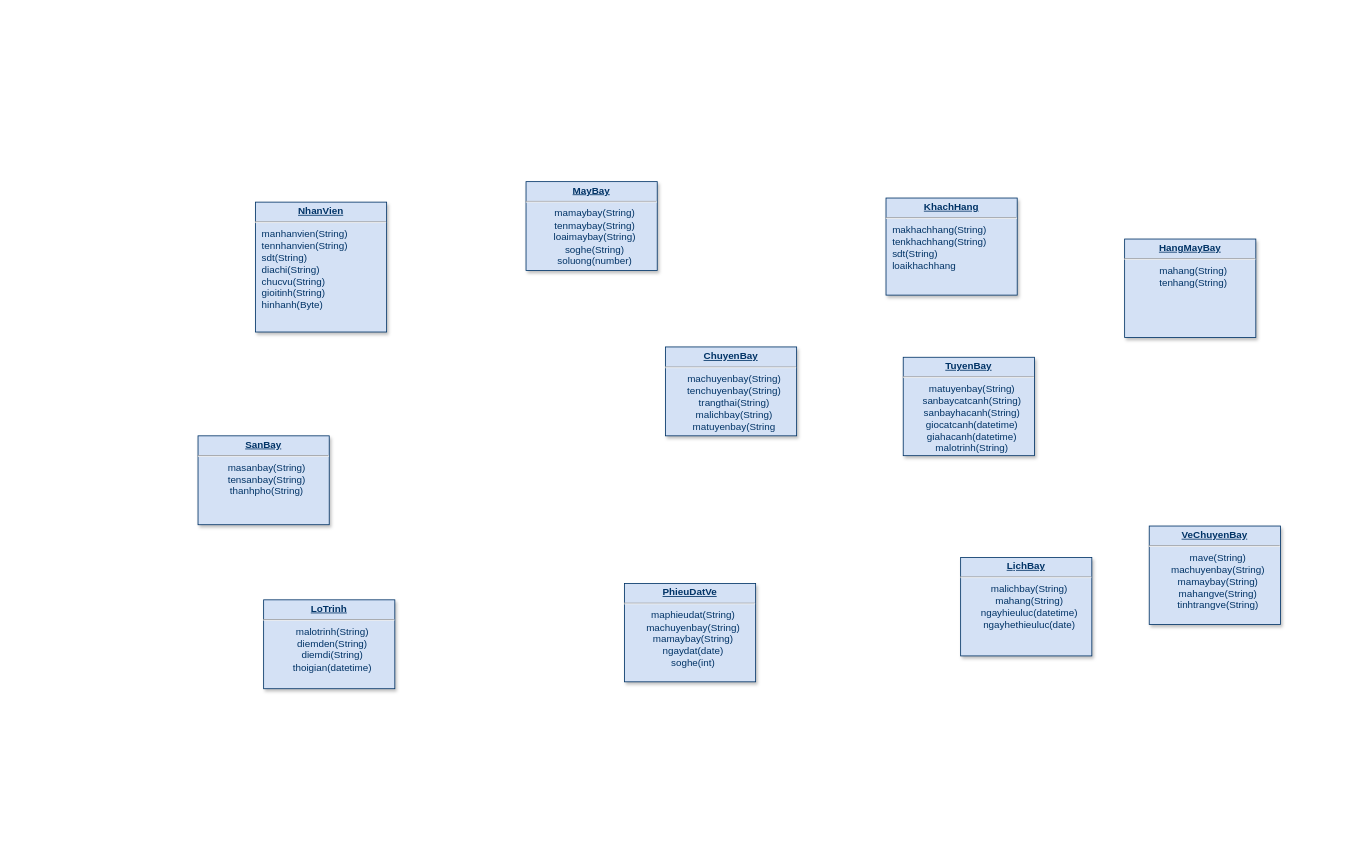
Earlier version of the draw.io diagram page "Page-1" (1 of 2) of Biểu đồ không có tiêu đề.drawio (DungZG/TrackingFlight). Source tidied: cells renumbered, new cells numbered last; positions are measured from the earlier drawing's top-left corner, leaving out a move shared by most shapes. Both pictures are drawn from the tidied source at 82%, with x=0, y=0 at pixel (198, 181).
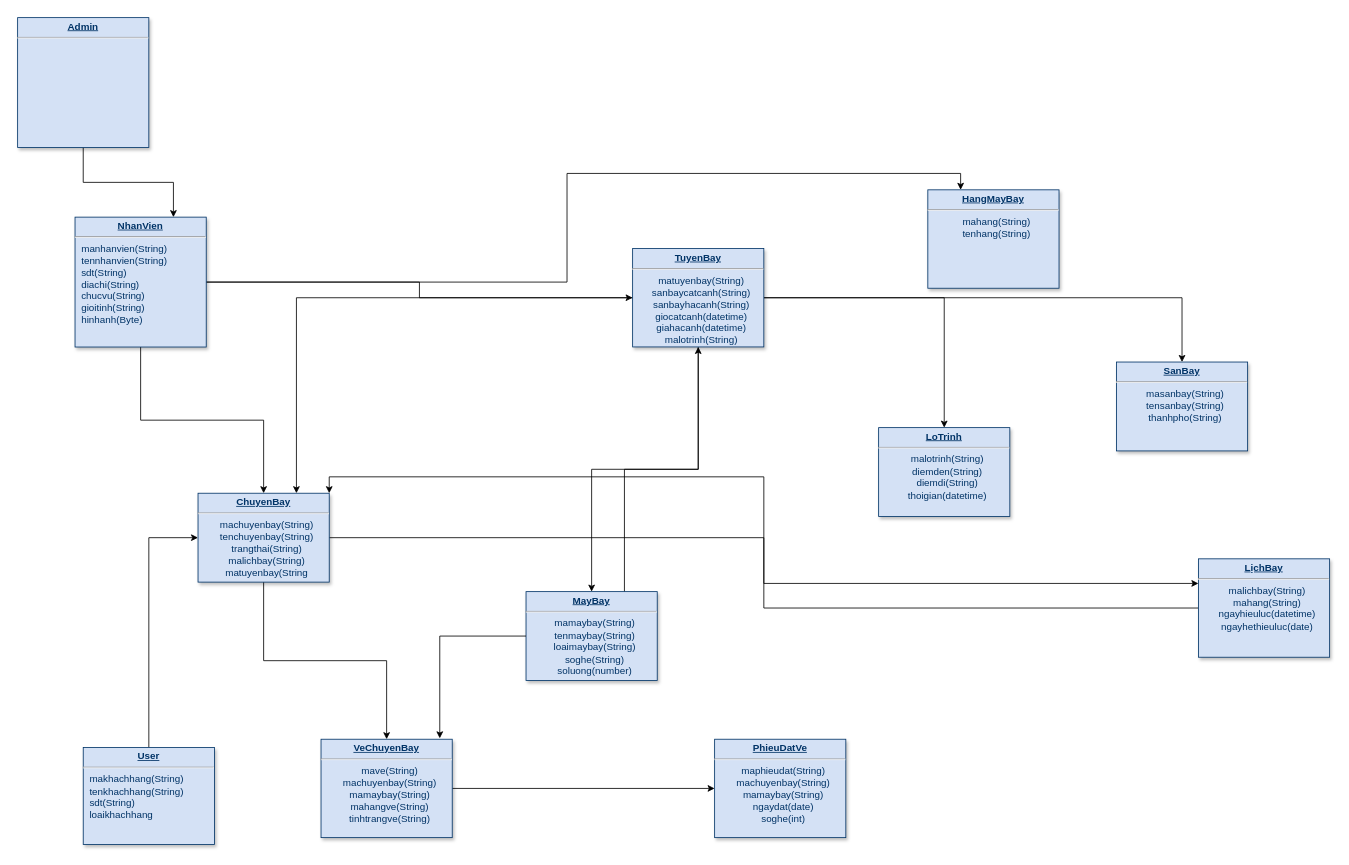
Above is the later version.

Commit message:
Cập nhật Biểu đồ không có tiêu đề.drawio

Change to the diagram source:
```diff
@@
+    <mxCell id="13" style="edgeStyle=orthogonalEdgeStyle;rounded=0;jettySize=auto;html=1;" parent="1" edge="1" source="2" target="8">
+      <mxGeometry relative="1" as="geometry" />
+    </mxCell>
+    <mxCell id="14" style="edgeStyle=orthogonalEdgeStyle;rounded=0;jettySize=auto;html=1;" parent="1" edge="1" source="2" target="7">
+      <mxGeometry relative="1" as="geometry" />
+    </mxCell>
+    <mxCell id="15" style="edgeStyle=orthogonalEdgeStyle;rounded=0;jettySize=auto;html=1;entryX=0.25;entryY=0;entryDx=0;entryDy=0;" parent="1" edge="1" source="2" target="9">
+      <mxGeometry relative="1" as="geometry" />
+    </mxCell>
     <mxCell id="2" value="&lt;p style=&quot;margin: 0px; margin-top: 4px; text-align: center; text-decoration: underline;&quot;&gt;&lt;b&gt;NhanVien&lt;/b&gt;&lt;/p&gt;&lt;hr&gt;&lt;p style=&quot;margin: 0px; margin-left: 8px;&quot;&gt;manhanvien(String)&lt;/p&gt;&lt;p style=&quot;margin: 0px; margin-left: 8px;&quot;&gt;tennhanvien(String)&lt;/p&gt;&lt;p style=&quot;margin: 0px; margin-left: 8px;&quot;&gt;sdt(String)&lt;/p&gt;&lt;p style=&quot;margin: 0px; margin-left: 8px;&quot;&gt;diachi(String)&lt;/p&gt;&lt;p style=&quot;margin: 0px; margin-left: 8px;&quot;&gt;chucvu(String)&lt;/p&gt;&lt;p style=&quot;margin: 0px; margin-left: 8px;&quot;&gt;gioitinh(String)&lt;/p&gt;&lt;p style=&quot;margin: 0px; margin-left: 8px;&quot;&gt;hinhanh(Byte)&lt;/p&gt;&lt;p style=&quot;margin: 0px; margin-left: 8px;&quot;&gt;&lt;br&gt;&lt;/p&gt;" style="verticalAlign=top;align=left;overflow=fill;fontSize=12;fontFamily=Helvetica;html=1;strokeColor=#003366;shadow=1;fillColor=#D4E1F5;fontColor=#003366;" parent="1" vertex="1">
-      <mxGeometry x="70" y="25" width="160" height="158.4" as="geometry" />
+      <mxGeometry x="-150" y="43.3" width="160" height="158.4" as="geometry" />
     </mxCell>
     <mxCell id="3" value="&lt;p style=&quot;margin: 4px 0px 0px; text-align: center;&quot;&gt;&lt;b&gt;&lt;u&gt;SanBay&lt;/u&gt;&lt;/b&gt;&lt;/p&gt;&lt;hr&gt;&lt;p style=&quot;text-align: center; margin: 0px 0px 0px 8px;&quot;&gt;masanbay(String)&lt;/p&gt;&lt;p style=&quot;text-align: center; margin: 0px 0px 0px 8px;&quot;&gt;tensanbay(String)&lt;/p&gt;&lt;p style=&quot;text-align: center; margin: 0px 0px 0px 8px;&quot;&gt;thanhpho(String)&lt;/p&gt;" style="verticalAlign=top;align=left;overflow=fill;fontSize=12;fontFamily=Helvetica;html=1;strokeColor=#003366;shadow=1;fillColor=#D4E1F5;fontColor=#003366;" parent="1" vertex="1">
-      <mxGeometry y="310" width="160" height="108.4" as="geometry" />
+      <mxGeometry x="1120" y="220" width="160" height="108.4" as="geometry" />
     </mxCell>
+    <mxCell id="16" style="edgeStyle=orthogonalEdgeStyle;rounded=0;jettySize=auto;html=1;entryX=0;entryY=0.5;entryDx=0;entryDy=0;" parent="1" edge="1" source="4" target="7">
+      <mxGeometry relative="1" as="geometry" />
+    </mxCell>
-    <mxCell id="4" value="&lt;p style=&quot;margin: 0px; margin-top: 4px; text-align: center; text-decoration: underline;&quot;&gt;&lt;b&gt;KhachHang&lt;/b&gt;&lt;/p&gt;&lt;hr&gt;&lt;p style=&quot;margin: 0px; margin-left: 8px;&quot;&gt;makhachhang(String)&lt;/p&gt;&lt;p style=&quot;margin: 0px; margin-left: 8px;&quot;&gt;tenkhachhang(String)&lt;/p&gt;&lt;p style=&quot;margin: 0px; margin-left: 8px;&quot;&gt;sdt(String)&lt;/p&gt;&lt;p style=&quot;margin: 0px; margin-left: 8px;&quot;&gt;loaikhachhang&lt;/p&gt;&lt;p style=&quot;margin: 0px; margin-left: 8px;&quot;&gt;&lt;br&gt;&lt;/p&gt;&lt;p style=&quot;margin: 0px; margin-left: 8px;&quot;&gt;&lt;br&gt;&lt;/p&gt;" style="verticalAlign=top;align=left;overflow=fill;fontSize=12;fontFamily=Helvetica;html=1;strokeColor=#003366;shadow=1;fillColor=#D4E1F5;fontColor=#003366;" parent="1" vertex="1">
-      <mxGeometry x="839" y="20" width="160" height="118.4" as="geometry" />
+    <mxCell id="4" value="&lt;p style=&quot;text-align: center; margin: 4px 0px 0px;&quot;&gt;&lt;b style=&quot;text-decoration-line: underline;&quot;&gt;Us&lt;/b&gt;&lt;span style=&quot;background-color: transparent;&quot;&gt;&lt;b&gt;&lt;u&gt;er&lt;/u&gt;&lt;/b&gt;&lt;/span&gt;&lt;/p&gt;&lt;hr&gt;&lt;p style=&quot;margin: 0px; margin-left: 8px;&quot;&gt;makhachhang(String)&lt;/p&gt;&lt;p style=&quot;margin: 0px; margin-left: 8px;&quot;&gt;tenkhachhang(String)&lt;/p&gt;&lt;p style=&quot;margin: 0px; margin-left: 8px;&quot;&gt;sdt(String)&lt;/p&gt;&lt;p style=&quot;margin: 0px; margin-left: 8px;&quot;&gt;loaikhachhang&lt;/p&gt;&lt;p style=&quot;margin: 0px; margin-left: 8px;&quot;&gt;&lt;br&gt;&lt;/p&gt;&lt;p style=&quot;margin: 0px; margin-left: 8px;&quot;&gt;&lt;br&gt;&lt;/p&gt;" style="verticalAlign=top;align=left;overflow=fill;fontSize=12;fontFamily=Helvetica;html=1;strokeColor=#003366;shadow=1;fillColor=#D4E1F5;fontColor=#003366;" parent="1" vertex="1">
+      <mxGeometry x="-140" y="690" width="160" height="118.4" as="geometry" />
     </mxCell>
+    <mxCell id="17" style="edgeStyle=orthogonalEdgeStyle;rounded=0;jettySize=auto;html=1;exitX=0.75;exitY=0;exitDx=0;exitDy=0;" parent="1" edge="1" source="5" target="8">
+      <mxGeometry relative="1" as="geometry" />
+    </mxCell>
     <mxCell id="5" value="&lt;p style=&quot;margin: 4px 0px 0px; text-align: center;&quot;&gt;&lt;b&gt;&lt;u&gt;MayBay&lt;/u&gt;&lt;/b&gt;&lt;/p&gt;&lt;hr&gt;&lt;p style=&quot;text-align: center; margin: 0px 0px 0px 8px;&quot;&gt;mamaybay(String)&lt;/p&gt;&lt;p style=&quot;text-align: center; margin: 0px 0px 0px 8px;&quot;&gt;tenmaybay(String)&lt;/p&gt;&lt;p style=&quot;text-align: center; margin: 0px 0px 0px 8px;&quot;&gt;loaimaybay(String)&lt;/p&gt;&lt;p style=&quot;text-align: center; margin: 0px 0px 0px 8px;&quot;&gt;soghe(String)&lt;/p&gt;&lt;p style=&quot;text-align: center; margin: 0px 0px 0px 8px;&quot;&gt;soluong(number)&lt;/p&gt;" style="verticalAlign=top;align=left;overflow=fill;fontSize=12;fontFamily=Helvetica;html=1;strokeColor=#003366;shadow=1;fillColor=#D4E1F5;fontColor=#003366;" parent="1" vertex="1">
-      <mxGeometry x="400" width="160" height="108.4" as="geometry" />
+      <mxGeometry x="400" y="500" width="160" height="108.4" as="geometry" />
     </mxCell>
     <mxCell id="6" value="&lt;p style=&quot;margin: 4px 0px 0px; text-align: center;&quot;&gt;&lt;b&gt;&lt;u&gt;LoTrinh&lt;/u&gt;&lt;/b&gt;&lt;/p&gt;&lt;hr&gt;&lt;p style=&quot;text-align: center; margin: 0px 0px 0px 8px;&quot;&gt;malotrinh(String)&lt;/p&gt;&lt;p style=&quot;text-align: center; margin: 0px 0px 0px 8px;&quot;&gt;diemden(String)&lt;/p&gt;&lt;p style=&quot;text-align: center; margin: 0px 0px 0px 8px;&quot;&gt;diemdi(String)&lt;/p&gt;&lt;p style=&quot;text-align: center; margin: 0px 0px 0px 8px;&quot;&gt;thoigian(datetime)&lt;/p&gt;" style="verticalAlign=top;align=left;overflow=fill;fontSize=12;fontFamily=Helvetica;html=1;strokeColor=#003366;shadow=1;fillColor=#D4E1F5;fontColor=#003366;" parent="1" vertex="1">
-      <mxGeometry x="80" y="510" width="160" height="108.4" as="geometry" />
+      <mxGeometry x="830" y="300" width="160" height="108.4" as="geometry" />
     </mxCell>
+    <mxCell id="18" style="edgeStyle=orthogonalEdgeStyle;rounded=0;jettySize=auto;html=1;entryX=0;entryY=0.25;entryDx=0;entryDy=0;" parent="1" edge="1" source="7" target="10">
+      <mxGeometry relative="1" as="geometry" />
+    </mxCell>
+    <mxCell id="19" style="edgeStyle=orthogonalEdgeStyle;rounded=0;jettySize=auto;html=1;exitX=0.5;exitY=1;exitDx=0;exitDy=0;" parent="1" edge="1" source="7" target="12">
+      <mxGeometry relative="1" as="geometry" />
+    </mxCell>
     <mxCell id="7" value="&lt;p style=&quot;margin: 4px 0px 0px; text-align: center;&quot;&gt;&lt;b&gt;&lt;u&gt;ChuyenBay&lt;/u&gt;&lt;/b&gt;&lt;/p&gt;&lt;hr&gt;&lt;p style=&quot;text-align: center; margin: 0px 0px 0px 8px;&quot;&gt;machuyenbay(String)&lt;/p&gt;&lt;p style=&quot;text-align: center; margin: 0px 0px 0px 8px;&quot;&gt;tenchuyenbay(String)&lt;/p&gt;&lt;p style=&quot;text-align: center; margin: 0px 0px 0px 8px;&quot;&gt;trangthai(String)&lt;/p&gt;&lt;p style=&quot;text-align: center; margin: 0px 0px 0px 8px;&quot;&gt;malichbay(String)&lt;/p&gt;&lt;p style=&quot;text-align: center; margin: 0px 0px 0px 8px;&quot;&gt;matuyenbay(String&lt;/p&gt;&lt;p style=&quot;text-align: center; margin: 0px 0px 0px 8px;&quot;&gt;&lt;br&gt;&lt;/p&gt;" style="verticalAlign=top;align=left;overflow=fill;fontSize=12;fontFamily=Helvetica;html=1;strokeColor=#003366;shadow=1;fillColor=#D4E1F5;fontColor=#003366;" parent="1" vertex="1">
-      <mxGeometry x="570" y="201.6" width="160" height="108.4" as="geometry" />
+      <mxGeometry y="380" width="160" height="108.4" as="geometry" />
     </mxCell>
+    <mxCell id="20" style="edgeStyle=orthogonalEdgeStyle;rounded=0;jettySize=auto;html=1;" parent="1" edge="1" source="8" target="6">
+      <mxGeometry relative="1" as="geometry" />
+    </mxCell>
+    <mxCell id="21" style="edgeStyle=orthogonalEdgeStyle;rounded=0;jettySize=auto;html=1;" parent="1" edge="1" source="8" target="3">
+      <mxGeometry relative="1" as="geometry" />
+    </mxCell>
+    <mxCell id="22" style="edgeStyle=orthogonalEdgeStyle;rounded=0;jettySize=auto;html=1;entryX=0.5;entryY=0;entryDx=0;entryDy=0;" parent="1" edge="1" source="8" target="5">
+      <mxGeometry relative="1" as="geometry" />
+    </mxCell>
+    <mxCell id="23" style="edgeStyle=orthogonalEdgeStyle;rounded=0;jettySize=auto;html=1;entryX=0.75;entryY=0;entryDx=0;entryDy=0;" parent="1" edge="1" source="8" target="7">
+      <mxGeometry relative="1" as="geometry" />
+    </mxCell>
     <mxCell id="8" value="&lt;p style=&quot;margin: 4px 0px 0px; text-align: center;&quot;&gt;&lt;b&gt;&lt;u&gt;TuyenBay&lt;/u&gt;&lt;/b&gt;&lt;/p&gt;&lt;hr&gt;&lt;p style=&quot;text-align: center; margin: 0px 0px 0px 8px;&quot;&gt;matuyenbay(String)&lt;/p&gt;&lt;p style=&quot;text-align: center; margin: 0px 0px 0px 8px;&quot;&gt;sanbaycatcanh(String)&lt;/p&gt;&lt;p style=&quot;text-align: center; margin: 0px 0px 0px 8px;&quot;&gt;sanbayhacanh(String)&lt;/p&gt;&lt;p style=&quot;text-align: center; margin: 0px 0px 0px 8px;&quot;&gt;giocatcanh(datetime)&lt;/p&gt;&lt;p style=&quot;text-align: center; margin: 0px 0px 0px 8px;&quot;&gt;giahacanh(datetime)&lt;/p&gt;&lt;p style=&quot;text-align: center; margin: 0px 0px 0px 8px;&quot;&gt;malotrinh(String)&lt;/p&gt;&lt;p style=&quot;text-align: center; margin: 0px 0px 0px 8px;&quot;&gt;&lt;br&gt;&lt;/p&gt;" style="verticalAlign=top;align=left;overflow=fill;fontSize=12;fontFamily=Helvetica;html=1;strokeColor=#003366;shadow=1;fillColor=#D4E1F5;fontColor=#003366;" parent="1" vertex="1">
-      <mxGeometry x="860" y="214.2" width="160" height="120" as="geometry" />
+      <mxGeometry x="530" y="81.6" width="160" height="120" as="geometry" />
     </mxCell>
     <mxCell id="9" value="&lt;p style=&quot;margin: 4px 0px 0px; text-align: center;&quot;&gt;&lt;b&gt;&lt;u&gt;HangMayBay&lt;/u&gt;&lt;/b&gt;&lt;/p&gt;&lt;hr&gt;&lt;p style=&quot;text-align: center; margin: 0px 0px 0px 8px;&quot;&gt;mahang(String)&lt;/p&gt;&lt;p style=&quot;text-align: center; margin: 0px 0px 0px 8px;&quot;&gt;tenhang(String)&lt;/p&gt;&lt;p style=&quot;text-align: center; margin: 0px 0px 0px 8px;&quot;&gt;&lt;br&gt;&lt;/p&gt;" style="verticalAlign=top;align=left;overflow=fill;fontSize=12;fontFamily=Helvetica;html=1;strokeColor=#003366;shadow=1;fillColor=#D4E1F5;fontColor=#003366;" parent="1" vertex="1">
-      <mxGeometry x="1130" y="70" width="160" height="120" as="geometry" />
+      <mxGeometry x="890" y="10" width="160" height="120" as="geometry" />
     </mxCell>
+    <mxCell id="24" style="edgeStyle=orthogonalEdgeStyle;rounded=0;jettySize=auto;html=1;exitX=0;exitY=0.5;exitDx=0;exitDy=0;entryX=1;entryY=0;entryDx=0;entryDy=0;" parent="1" edge="1" source="10" target="7">
+      <mxGeometry relative="1" as="geometry" />
+    </mxCell>
     <mxCell id="10" value="&lt;p style=&quot;margin: 4px 0px 0px; text-align: center;&quot;&gt;&lt;b&gt;&lt;u&gt;L&lt;/u&gt;&lt;/b&gt;&lt;span style=&quot;background-color: transparent; text-align: left;&quot;&gt;&lt;b&gt;&lt;u&gt;ịchBay&lt;/u&gt;&lt;/b&gt;&lt;/span&gt;&lt;/p&gt;&lt;hr&gt;&lt;p style=&quot;text-align: center; margin: 0px 0px 0px 8px;&quot;&gt;malichbay(String)&lt;/p&gt;&lt;p style=&quot;text-align: center; margin: 0px 0px 0px 8px;&quot;&gt;mahang(String)&lt;/p&gt;&lt;p style=&quot;text-align: center; margin: 0px 0px 0px 8px;&quot;&gt;ngayhieuluc(datetime)&lt;/p&gt;&lt;p style=&quot;text-align: center; margin: 0px 0px 0px 8px;&quot;&gt;ngayhethieuluc(date)&lt;/p&gt;&lt;p style=&quot;text-align: center; margin: 0px 0px 0px 8px;&quot;&gt;&lt;br&gt;&lt;/p&gt;" style="verticalAlign=top;align=left;overflow=fill;fontSize=12;fontFamily=Helvetica;html=1;strokeColor=#003366;shadow=1;fillColor=#D4E1F5;fontColor=#003366;" parent="1" vertex="1">
-      <mxGeometry x="930" y="458.4" width="160" height="120" as="geometry" />
+      <mxGeometry x="1220" y="460" width="160" height="120" as="geometry" />
     </mxCell>
     <mxCell id="11" value="&lt;p style=&quot;margin: 4px 0px 0px; text-align: center;&quot;&gt;&lt;b&gt;&lt;u&gt;PhieuDatVe&lt;/u&gt;&lt;/b&gt;&lt;/p&gt;&lt;hr&gt;&lt;p style=&quot;text-align: center; margin: 0px 0px 0px 8px;&quot;&gt;maphieudat(String)&lt;/p&gt;&lt;p style=&quot;text-align: center; margin: 0px 0px 0px 8px;&quot;&gt;machuyenbay(String)&lt;/p&gt;&lt;p style=&quot;text-align: center; margin: 0px 0px 0px 8px;&quot;&gt;mamaybay(String)&lt;/p&gt;&lt;p style=&quot;text-align: center; margin: 0px 0px 0px 8px;&quot;&gt;ngaydat(date)&lt;/p&gt;&lt;p style=&quot;text-align: center; margin: 0px 0px 0px 8px;&quot;&gt;soghe(int)&lt;/p&gt;&lt;p style=&quot;text-align: center; margin: 0px 0px 0px 8px;&quot;&gt;&lt;br&gt;&lt;/p&gt;" style="verticalAlign=top;align=left;overflow=fill;fontSize=12;fontFamily=Helvetica;html=1;strokeColor=#003366;shadow=1;fillColor=#D4E1F5;fontColor=#003366;" parent="1" vertex="1">
-      <mxGeometry x="520" y="490" width="160" height="120" as="geometry" />
+      <mxGeometry x="630" y="680" width="160" height="120" as="geometry" />
     </mxCell>
+    <mxCell id="25" style="edgeStyle=orthogonalEdgeStyle;rounded=0;jettySize=auto;html=1;entryX=0;entryY=0.5;entryDx=0;entryDy=0;" parent="1" edge="1" source="12" target="11">
+      <mxGeometry relative="1" as="geometry" />
+    </mxCell>
     <mxCell id="12" value="&lt;p style=&quot;margin: 4px 0px 0px; text-align: center;&quot;&gt;&lt;b&gt;&lt;u&gt;VeChuyenBay&lt;/u&gt;&lt;/b&gt;&lt;/p&gt;&lt;hr&gt;&lt;p style=&quot;text-align: center; margin: 0px 0px 0px 8px;&quot;&gt;mave(String)&lt;/p&gt;&lt;p style=&quot;text-align: center; margin: 0px 0px 0px 8px;&quot;&gt;machuyenbay(String)&lt;/p&gt;&lt;p style=&quot;text-align: center; margin: 0px 0px 0px 8px;&quot;&gt;mamaybay(String)&lt;/p&gt;&lt;p style=&quot;text-align: center; margin: 0px 0px 0px 8px;&quot;&gt;mahangve(String)&lt;/p&gt;&lt;p style=&quot;text-align: center; margin: 0px 0px 0px 8px;&quot;&gt;tinhtrangve(String)&lt;/p&gt;&lt;p style=&quot;text-align: center; margin: 0px 0px 0px 8px;&quot;&gt;&lt;br&gt;&lt;/p&gt;" style="verticalAlign=top;align=left;overflow=fill;fontSize=12;fontFamily=Helvetica;html=1;strokeColor=#003366;shadow=1;fillColor=#D4E1F5;fontColor=#003366;" parent="1" vertex="1">
-      <mxGeometry x="1160" y="420" width="160" height="120" as="geometry" />
+      <mxGeometry x="150" y="680" width="160" height="120" as="geometry" />
     </mxCell>
+    <mxCell id="26" style="edgeStyle=orthogonalEdgeStyle;rounded=0;jettySize=auto;html=1;entryX=0.905;entryY=-0.009;entryDx=0;entryDy=0;entryPerimeter=0;" parent="1" edge="1" source="5" target="12">
+      <mxGeometry relative="1" as="geometry" />
+    </mxCell>
+    <mxCell id="27" style="edgeStyle=orthogonalEdgeStyle;rounded=0;jettySize=auto;html=1;entryX=0.75;entryY=0;entryDx=0;entryDy=0;" parent="1" edge="1" source="28" target="2">
+      <mxGeometry relative="1" as="geometry" />
+    </mxCell>
+    <mxCell id="28" value="&lt;p style=&quot;margin: 0px; margin-top: 4px; text-align: center; text-decoration: underline;&quot;&gt;&lt;b&gt;Admin&lt;/b&gt;&lt;/p&gt;&lt;hr&gt;&lt;p style=&quot;margin: 0px; margin-left: 8px;&quot;&gt;&lt;br&gt;&lt;/p&gt;&lt;p style=&quot;margin: 0px; margin-left: 8px;&quot;&gt;&lt;br&gt;&lt;/p&gt;" style="verticalAlign=top;align=left;overflow=fill;fontSize=12;fontFamily=Helvetica;html=1;strokeColor=#003366;shadow=1;fillColor=#D4E1F5;fontColor=#003366;" parent="1" vertex="1">
+      <mxGeometry x="-220" y="-200" width="160" height="158.4" as="geometry" />
+    </mxCell>
```
